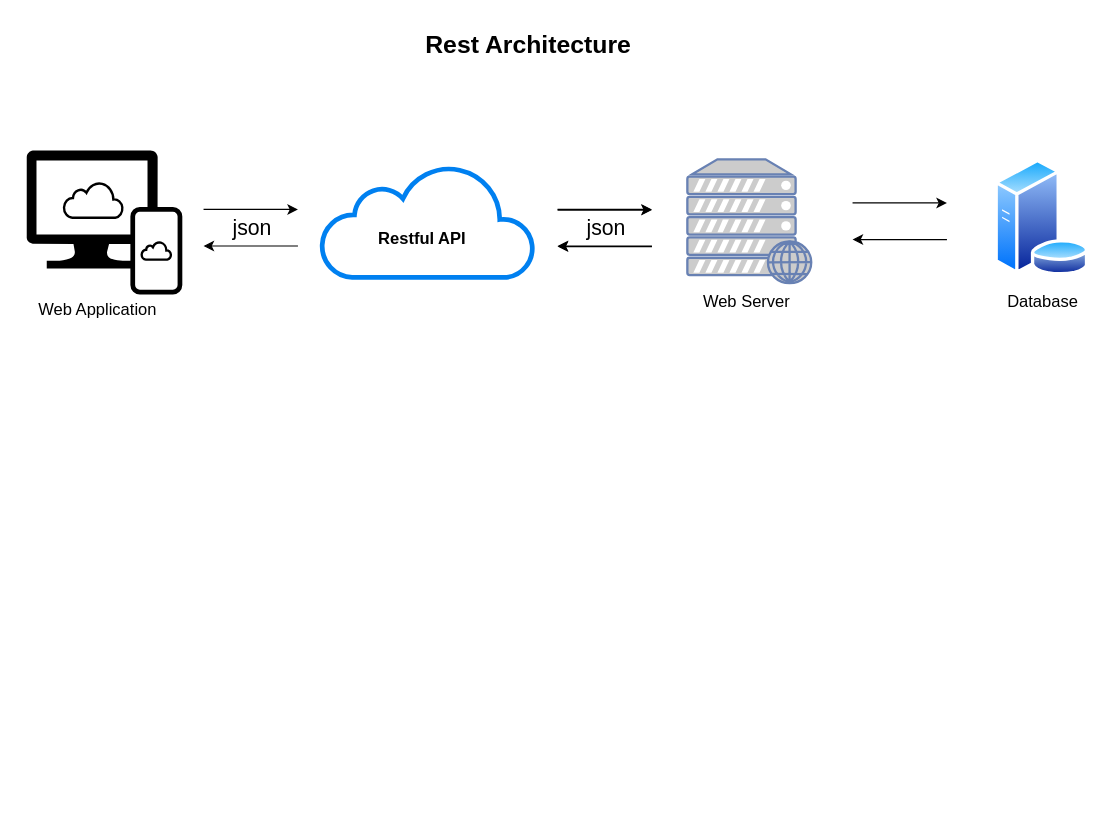
The draw.io diagram page "Architecture" (1 of 2) of 01 - Documentation/Solution_Draws.drawio in ecspg/Hackathon_Aubay_2022, before the edit. Source tidied: cells renumbered, new cells numbered last; positions are measured from the earlier drawing's top-left corner, leaving out a move shared by most shapes. Both pictures are drawn from the tidied source at 118%, with x=0, y=0 at pixel (26, 20).
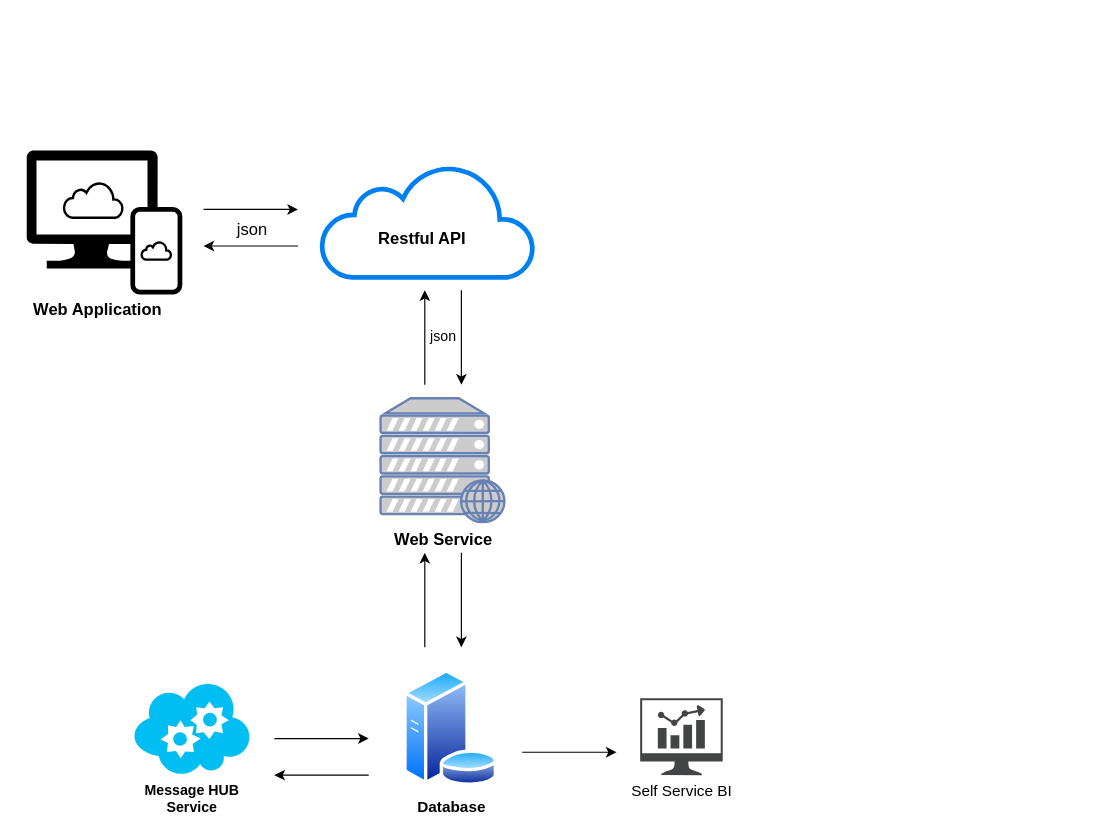
Above is the later version.

Commit message (it also covers changes not shown here):
Architecture of the Solution

Unchanged cells that the change refers to:
```xml
<mxCell id="11" style="group;" parent="1" vertex="1">
  <mxGeometry x="150" y="160" width="80" height="35.5" as="geometry" />
</mxCell>
```

What changed in the source:
```diff
@@
-    <mxCell id="10" style="fontColor=#0066CC;verticalAlign=top;verticalLabelPosition=bottom;labelPosition=center;align=center;html=1;fillColor=#CCCCCC;strokeColor=#6881B3;gradientColor=none;gradientDirection=north;strokeWidth=2;shape=mxgraph.networks.web_server;sketch=0;fillStyle=auto;fontSize=14;" parent="1" vertex="1">
-      <mxGeometry x="560" y="117.5" width="105" height="105" as="geometry" />
+    <mxCell id="10" value="&lt;font color=&quot;#000000&quot;&gt;&lt;b&gt;Web Service&lt;/b&gt;&lt;/font&gt;" style="fontColor=#0066CC;verticalAlign=top;verticalLabelPosition=bottom;labelPosition=center;align=center;html=1;fillColor=#CCCCCC;strokeColor=#6881B3;gradientColor=none;gradientDirection=north;strokeWidth=2;shape=mxgraph.networks.web_server;sketch=0;fillStyle=auto;fontSize=14;" parent="1" vertex="1">
+      <mxGeometry x="300" y="320" width="105" height="105" as="geometry" />
     </mxCell>
@@
-    <mxCell id="14" value="json" style="text;html=1;align=center;verticalAlign=middle;strokeColor=none;fillColor=none;fontSize=18;" parent="11" vertex="1">
-      <mxGeometry x="11" y="-4.5" width="60" height="40" as="geometry" />
+    <mxCell id="14" value="&lt;font style=&quot;font-size: 14px;&quot;&gt;json&lt;/font&gt;" style="text;html=1;align=center;verticalAlign=middle;strokeColor=none;fillColor=none;fontSize=18;" parent="11" vertex="1">
+      <mxGeometry x="16" y="-4.5" width="50" height="40" as="geometry" />
     </mxCell>
-    <mxCell id="15" style="group;" parent="1" vertex="1">
-      <mxGeometry x="450" y="160" width="80" height="31" as="geometry" />
-    </mxCell>
-    <mxCell id="16" style="endArrow=classic;html=1;rounded=0;fontSize=14;" parent="15" edge="1">
-      <mxGeometry relative="1" as="geometry">
-        <mxPoint as="sourcePoint" />
-        <mxPoint x="80" as="targetPoint" />
-      </mxGeometry>
-    </mxCell>
-    <mxCell id="17" style="endArrow=classic;html=1;rounded=0;fontSize=14;" parent="15" edge="1">
-      <mxGeometry relative="1" as="geometry">
-        <mxPoint x="80" y="31" as="sourcePoint" />
-        <mxPoint y="31" as="targetPoint" />
-      </mxGeometry>
-    </mxCell>
-    <mxCell id="18" style="group;" parent="15" vertex="1">
-      <mxGeometry y="0.5" width="80" height="35.5" as="geometry" />
-    </mxCell>
-    <mxCell id="19" style="endArrow=classic;html=1;rounded=0;fontSize=14;" parent="18" edge="1">
-      <mxGeometry relative="1" as="geometry">
-        <mxPoint as="sourcePoint" />
-        <mxPoint x="80" as="targetPoint" />
-      </mxGeometry>
-    </mxCell>
-    <mxCell id="20" style="endArrow=classic;html=1;rounded=0;fontSize=14;" parent="18" edge="1">
-      <mxGeometry relative="1" as="geometry">
-        <mxPoint x="80" y="31" as="sourcePoint" />
-        <mxPoint y="31" as="targetPoint" />
-      </mxGeometry>
-    </mxCell>
-    <mxCell id="21" value="json" style="text;html=1;align=center;verticalAlign=middle;strokeColor=none;fillColor=none;fontSize=18;" parent="18" vertex="1">
-      <mxGeometry x="11" y="-4.5" width="60" height="40" as="geometry" />
-    </mxCell>
     <mxCell id="22" style="group;" parent="1" vertex="1">
-      <mxGeometry x="700" y="154.5" width="80" height="31" as="geometry" />
+      <mxGeometry x="210" y="608.4" width="80" height="31" as="geometry" />
     </mxCell>
@@
-    <mxCell id="25" style="perimeter=ellipsePerimeter;html=1;align=center;shadow=0;dashed=0;spacingTop=3;image;image=img/lib/active_directory/database_server.svg;sketch=0;fillStyle=auto;strokeColor=#000000;strokeWidth=4;fontSize=14;fillColor=default;" parent="1" vertex="1">
-      <mxGeometry x="820" y="117.5" width="81" height="98.8" as="geometry" />
+    <mxCell id="25" value="Database" style="perimeter=ellipsePerimeter;html=1;align=center;shadow=0;dashed=0;spacingTop=3;image;image=img/lib/active_directory/database_server.svg;sketch=0;fillStyle=auto;strokeColor=#000000;strokeWidth=4;fontSize=13;fillColor=default;fontStyle=1;" parent="1" vertex="1">
+      <mxGeometry x="319" y="550" width="81" height="98.8" as="geometry" />
     </mxCell>
-    <mxCell id="26" value="Web Server" style="text;html=1;align=center;verticalAlign=middle;strokeColor=none;fillColor=none;fontSize=14;" parent="1" vertex="1">
-      <mxGeometry x="560" y="222.5" width="100" height="30" as="geometry" />
-    </mxCell>
-    <mxCell id="27" value="Database" style="text;html=1;align=center;verticalAlign=middle;strokeColor=none;fillColor=none;fontSize=14;" parent="1" vertex="1">
-      <mxGeometry x="820.5" y="222.5" width="80" height="30" as="geometry" />
-    </mxCell>
-    <mxCell id="28" value="Web Application" style="text;html=1;align=center;verticalAlign=middle;strokeColor=none;fillColor=none;fontSize=14;" parent="1" vertex="1">
-      <mxGeometry y="230" width="120" height="30" as="geometry" />
+    <mxCell id="28" value="Web Application" style="text;html=1;align=center;verticalAlign=middle;strokeColor=none;fillColor=none;fontSize=14;fontStyle=1;" parent="1" vertex="1">
+      <mxGeometry x="-5" y="230" width="130" height="30" as="geometry" />
     </mxCell>
-    <mxCell id="29" value="Rest Architecture" style="text;html=1;align=center;verticalAlign=middle;strokeColor=none;fillColor=none;fontSize=21;fontStyle=1;" parent="1" vertex="1">
-      <mxGeometry x="325" width="200" height="40" as="geometry" />
-    </mxCell>
+    <mxCell id="30" value="Message HUB&lt;br&gt;Service" style="verticalLabelPosition=bottom;html=1;verticalAlign=top;align=center;strokeColor=none;fillColor=#00BEF2;shape=mxgraph.azure.cloud_service;fontStyle=1;" parent="1" vertex="1">
+      <mxGeometry x="90" y="559.4" width="100" height="80" as="geometry" />
+    </mxCell>
+    <mxCell id="17" style="endArrow=classic;html=1;rounded=0;fontSize=14;" parent="1" edge="1">
+      <mxGeometry relative="1" as="geometry">
+        <mxPoint x="420" y="620" as="sourcePoint" />
+        <mxPoint x="500" y="620" as="targetPoint" />
+      </mxGeometry>
+    </mxCell>
+    <mxCell id="31" style="group;rotation=90;" parent="1" vertex="1">
+      <mxGeometry x="312.5" y="252.5" width="80" height="31" as="geometry" />
+    </mxCell>
+    <mxCell id="19" style="endArrow=classic;html=1;rounded=0;fontSize=14;" parent="31" edge="1">
+      <mxGeometry relative="1" as="geometry">
+        <mxPoint x="56" y="-24" as="sourcePoint" />
+        <mxPoint x="56" y="56" as="targetPoint" />
+      </mxGeometry>
+    </mxCell>
+    <mxCell id="20" style="endArrow=classic;html=1;rounded=0;fontSize=14;" parent="31" edge="1">
+      <mxGeometry relative="1" as="geometry">
+        <mxPoint x="25" y="56" as="sourcePoint" />
+        <mxPoint x="25" y="-24" as="targetPoint" />
+      </mxGeometry>
+    </mxCell>
+    <mxCell id="21" value="json" style="text;html=1;align=center;verticalAlign=middle;strokeColor=none;fillColor=none;fontSize=12;rotation=0;" parent="31" vertex="1">
+      <mxGeometry x="15" width="50" height="30" as="geometry" />
+    </mxCell>
+    <mxCell id="32" style="group;rotation=90;" parent="1" vertex="1">
+      <mxGeometry x="312.5" y="475" width="80" height="31" as="geometry" />
+    </mxCell>
+    <mxCell id="33" style="endArrow=classic;html=1;rounded=0;fontSize=14;" parent="32" edge="1">
+      <mxGeometry relative="1" as="geometry">
+        <mxPoint x="56" y="-24" as="sourcePoint" />
+        <mxPoint x="56" y="56" as="targetPoint" />
+      </mxGeometry>
+    </mxCell>
+    <mxCell id="34" style="endArrow=classic;html=1;rounded=0;fontSize=14;" parent="32" edge="1">
+      <mxGeometry relative="1" as="geometry">
+        <mxPoint x="25" y="56" as="sourcePoint" />
+        <mxPoint x="25" y="-24" as="targetPoint" />
+      </mxGeometry>
+    </mxCell>
+    <mxCell id="35" value="Self Service BI" style="sketch=0;shadow=0;dashed=0;html=1;strokeColor=none;fillColor=#434445;labelPosition=center;verticalLabelPosition=bottom;verticalAlign=top;align=center;shape=mxgraph.vvd.nsx_dashboard;fontSize=13;fontColor=#000000;" parent="1" vertex="1">
+      <mxGeometry x="520" y="574.3" width="70" height="65.1" as="geometry" />
+    </mxCell>
```
